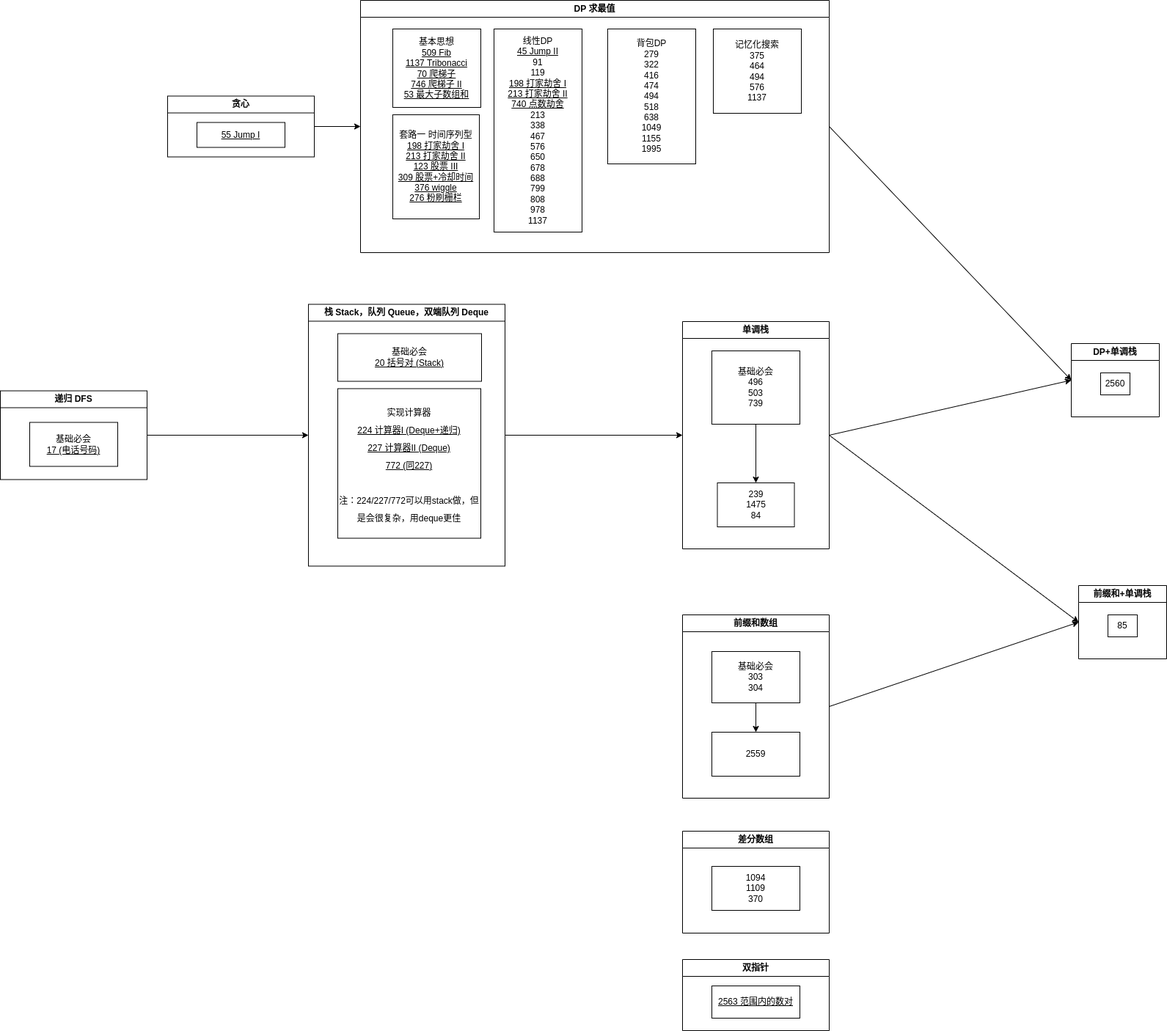
jssonx/algo-playground keeps this draw.io diagram as drawio/map.drawio.png. Above is the earlier version. Source tidied: cells renumbered, new cells last; positions are measured from the earlier drawing's top-left corner, leaving out a move shared by most shapes.
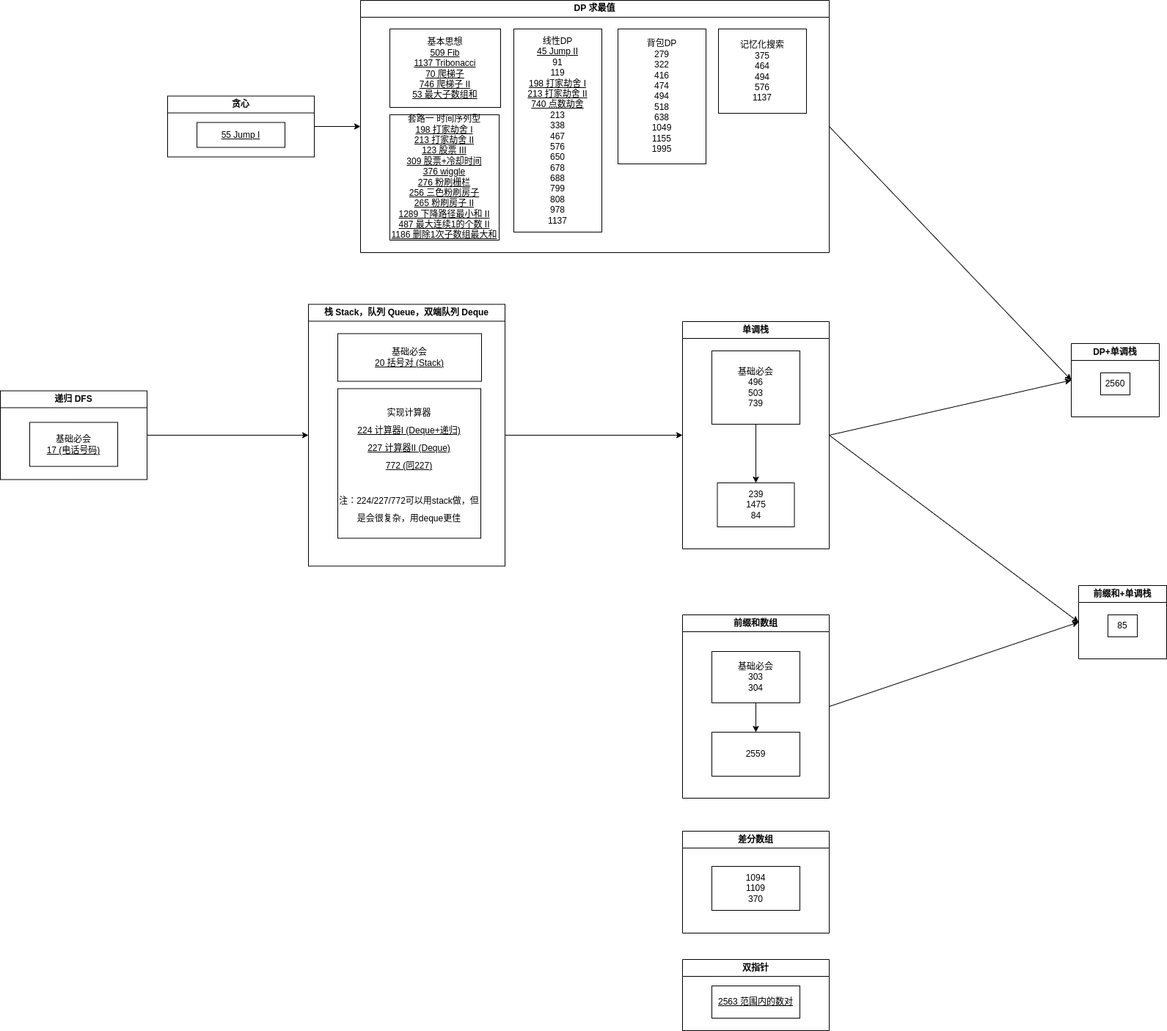
The same file after the commit.

Change to the diagram source:
```diff
@@ -54,16 +54,16 @@
       <mxGeometry x="491" width="639" height="344" as="geometry" />
     </mxCell>
     <mxCell id="19" value="背包DP&lt;br&gt;279&lt;br&gt;322&lt;br&gt;416&lt;br&gt;474&lt;br&gt;494&lt;br&gt;518&lt;br&gt;638&lt;br&gt;1049&lt;br&gt;1155&lt;br&gt;1995&lt;br&gt;" style="whiteSpace=wrap;html=1;" parent="18" vertex="1">
-      <mxGeometry x="337" y="39" width="120" height="184" as="geometry" />
+      <mxGeometry x="351" y="39" width="120" height="184" as="geometry" />
     </mxCell>
     <mxCell id="20" value="记忆化搜索&lt;br&gt;375&lt;br&gt;464&lt;br&gt;494&lt;br&gt;576&lt;br&gt;1137" style="whiteSpace=wrap;html=1;" parent="18" vertex="1">
-      <mxGeometry x="481" y="39" width="120" height="115" as="geometry" />
+      <mxGeometry x="488" y="39" width="120" height="115" as="geometry" />
     </mxCell>
     <mxCell id="21" value="基本思想&lt;br&gt;&lt;u&gt;509 Fib&lt;br&gt;1137 Tribonacci&lt;br&gt;70 爬梯子&lt;br&gt;746 爬梯子 II&lt;br&gt;53 最大子数组和&lt;br&gt;&lt;/u&gt;" style="whiteSpace=wrap;html=1;" parent="18" vertex="1">
-      <mxGeometry x="44" y="39" width="120" height="107" as="geometry" />
+      <mxGeometry x="40" y="39" width="151" height="107" as="geometry" />
     </mxCell>
-    <mxCell id="22" value="套路一 时间序列型&lt;br&gt;&lt;u&gt;198 打家劫舍 I&lt;/u&gt;&lt;br&gt;&lt;u&gt;213 打家劫舍 II&lt;/u&gt;&lt;br&gt;&lt;u&gt;123 股票 III&lt;br&gt;309 股票+冷却时间&lt;br&gt;376 wiggle&lt;br&gt;276 粉刷栅栏&lt;br&gt;&lt;/u&gt;" style="whiteSpace=wrap;html=1;" parent="18" vertex="1">
-      <mxGeometry x="44" y="156" width="118" height="142" as="geometry" />
+    <mxCell id="22" value="套路一 时间序列型&lt;br&gt;&lt;u&gt;198 打家劫舍 I&lt;/u&gt;&lt;br&gt;&lt;u&gt;213 打家劫舍 II&lt;/u&gt;&lt;br&gt;&lt;u&gt;123 股票 III&lt;br&gt;309 股票+冷却时间&lt;br&gt;376 wiggle&lt;br&gt;276 粉刷栅栏&lt;br&gt;256 三色粉刷房子&lt;br&gt;265 粉刷房子 II&lt;br&gt;1289 下降路径最小和 II&lt;br&gt;487 最大连续1的个数 II&lt;br&gt;1186 删除1次子数组最大和&lt;br&gt;&lt;/u&gt;" style="whiteSpace=wrap;html=1;" parent="18" vertex="1">
+      <mxGeometry x="40" y="156" width="149" height="171" as="geometry" />
     </mxCell>
     <mxCell id="23" style="edgeStyle=none;html=1;exitX=1;exitY=0.5;exitDx=0;exitDy=0;entryX=0;entryY=0.5;entryDx=0;entryDy=0;rounded=0;" parent="1" edge="1" source="24" target="7">
       <mxGeometry relative="1" as="geometry" />
@@ -93,7 +93,7 @@
       <mxGeometry x="40" y="48" width="120" height="60" as="geometry" />
     </mxCell>
     <mxCell id="32" value="线性DP&lt;br&gt;&lt;u&gt;45 Jump II&lt;br&gt;&lt;/u&gt;91&lt;br&gt;119&lt;br&gt;&lt;u&gt;198 打家劫舍 I&lt;br&gt;213 打家劫舍 II&lt;br&gt;&lt;/u&gt;&lt;u&gt;740 点数劫舍&lt;/u&gt;&lt;br&gt;213&lt;br&gt;338&lt;br&gt;467&lt;br&gt;576&lt;br&gt;650&lt;br&gt;678&lt;br&gt;688&lt;br&gt;799&lt;br&gt;808&lt;br&gt;978&lt;br&gt;1137" style="whiteSpace=wrap;html=1;" parent="1" vertex="1">
-      <mxGeometry x="673" y="39" width="120" height="277" as="geometry" />
+      <mxGeometry x="700" y="39" width="120" height="277" as="geometry" />
     </mxCell>
     <mxCell id="33" style="edgeStyle=none;html=1;exitX=1;exitY=0.5;exitDx=0;exitDy=0;entryX=0;entryY=0.5;entryDx=0;entryDy=0;" parent="1" edge="1" source="34" target="18">
       <mxGeometry relative="1" as="geometry" />
```
